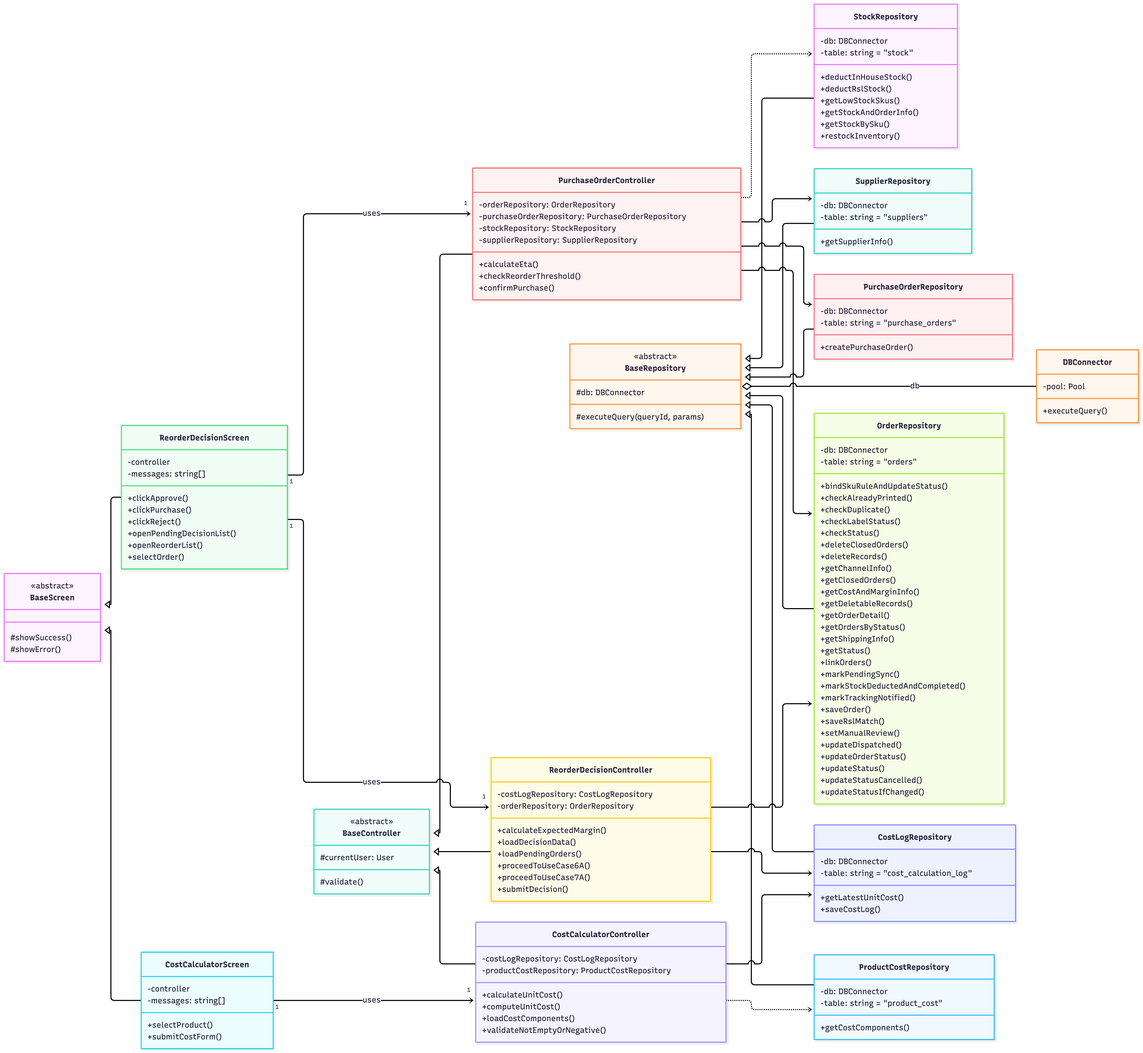
The Mermaid diagram 04-chapter2-diagrams-database/diagrams/png/class-4.png in xbpkdi/321-sa-proj, before a commit. Its source is kept beside it as 04-chapter2-diagrams-database/diagrams/src/class-4.mmd.
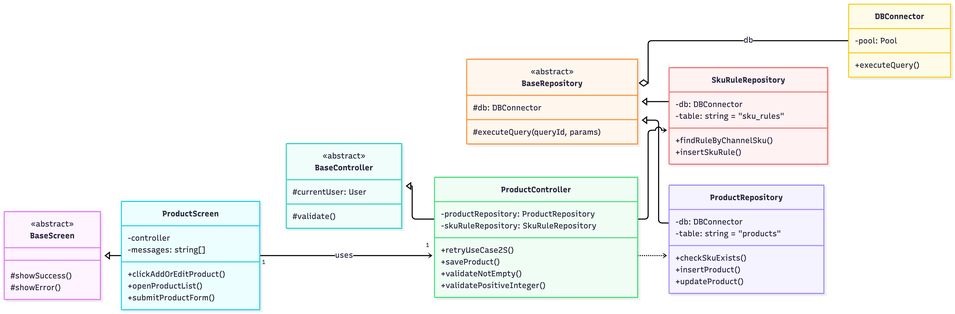
Later version of the same file.

The edit, as a diff of the source:
```diff
@@ -16,135 +16,43 @@
         #db: DBConnector
         #executeQuery(queryId, params)
     }
-    class CostCalculatorScreen {
+    class ProductScreen {
         -controller
         -messages: string[]
-        +selectProduct()
-        +submitCostForm()
+        +clickAddOrEditProduct()
+        +openProductList()
+        +submitProductForm()
     }
-    class ReorderDecisionScreen {
-        -controller
-        -messages: string[]
-        +clickApprove()
-        +clickPurchase()
-        +clickReject()
-        +openPendingDecisionList()
-        +openReorderList()
-        +selectOrder()
+    class ProductController {
+        -productRepository: ProductRepository
+        -skuRuleRepository: SkuRuleRepository
+        +retryUseCase2S()
+        +saveProduct()
+        +validateNotEmpty()
+        +validatePositiveInteger()
     }
-    class CostCalculatorController {
-        -costLogRepository: CostLogRepository
-        -productCostRepository: ProductCostRepository
-        +calculateUnitCost()
-        +computeUnitCost()
-        +loadCostComponents()
-        +validateNotEmptyOrNegative()
+    class ProductRepository {
+        -db: DBConnector
+        -table: string = "products"
+        +checkSkuExists()
+        +insertProduct()
+        +updateProduct()
     }
-    class PurchaseOrderController {
-        -orderRepository: OrderRepository
-        -purchaseOrderRepository: PurchaseOrderRepository
-        -stockRepository: StockRepository
-        -supplierRepository: SupplierRepository
-        +calculateEta()
-        +checkReorderThreshold()
-        +confirmPurchase()
-    }
-    class ReorderDecisionController {
-        -costLogRepository: CostLogRepository
-        -orderRepository: OrderRepository
-        +calculateExpectedMargin()
-        +loadDecisionData()
-        +loadPendingOrders()
-        +proceedToUseCase6A()
-        +proceedToUseCase7A()
-        +submitDecision()
-    }
-    class CostLogRepository {
+    class SkuRuleRepository {
         -db: DBConnector
-        -table: string = "cost_calculation_log"
-        +getLatestUnitCost()
-        +saveCostLog()
-    }
-    class OrderRepository {
-        -db: DBConnector
-        -table: string = "orders"
-        +bindSkuRuleAndUpdateStatus()
-        +checkAlreadyPrinted()
-        +checkDuplicate()
-        +checkLabelStatus()
-        +checkStatus()
-        +deleteClosedOrders()
-        +deleteRecords()
-        +getChannelInfo()
-        +getClosedOrders()
-        +getCostAndMarginInfo()
-        +getDeletableRecords()
-        +getOrderDetail()
-        +getOrdersByStatus()
-        +getShippingInfo()
-        +getStatus()
-        +linkOrders()
-        +markPendingSync()
-        +markStockDeductedAndCompleted()
-        +markTrackingNotified()
-        +saveOrder()
-        +saveRslMatch()
-        +setManualReview()
-        +updateDispatched()
-        +updateOrderStatus()
-        +updateStatus()
-        +updateStatusCancelled()
-        +updateStatusIfChanged()
-    }
-    class ProductCostRepository {
-        -db: DBConnector
-        -table: string = "product_cost"
-        +getCostComponents()
-    }
-    class PurchaseOrderRepository {
-        -db: DBConnector
-        -table: string = "purchase_orders"
-        +createPurchaseOrder()
-    }
-    class StockRepository {
-        -db: DBConnector
-        -table: string = "stock"
-        +deductInHouseStock()
-        +deductRslStock()
-        +getLowStockSkus()
-        +getStockAndOrderInfo()
-        +getStockBySku()
-        +restockInventory()
-    }
-    class SupplierRepository {
-        -db: DBConnector
-        -table: string = "suppliers"
-        +getSupplierInfo()
+        -table: string = "sku_rules"
+        +findRuleByChannelSku()
+        +insertSkuRule()
     }
     class DBConnector {
         -pool: Pool
         +executeQuery()
     }
-    BaseScreen <|-- CostCalculatorScreen
-    BaseScreen <|-- ReorderDecisionScreen
-    BaseController <|-- CostCalculatorController
-    BaseController <|-- PurchaseOrderController
-    BaseController <|-- ReorderDecisionController
-    BaseRepository <|-- CostLogRepository
-    BaseRepository <|-- OrderRepository
-    BaseRepository <|-- ProductCostRepository
-    BaseRepository <|-- PurchaseOrderRepository
-    BaseRepository <|-- StockRepository
-    BaseRepository <|-- SupplierRepository
+    BaseScreen <|-- ProductScreen
+    BaseController <|-- ProductController
+    BaseRepository <|-- ProductRepository
+    BaseRepository <|-- SkuRuleRepository
     BaseRepository o-- DBConnector : db
-    CostCalculatorScreen "1" --> "1" CostCalculatorController : uses
-    ReorderDecisionScreen "1" --> "1" PurchaseOrderController : uses
-    ReorderDecisionScreen "1" --> "1" ReorderDecisionController : uses
-    CostCalculatorController ..> CostLogRepository
-    CostCalculatorController ..> ProductCostRepository
-    PurchaseOrderController ..> OrderRepository
-    PurchaseOrderController ..> PurchaseOrderRepository
-    PurchaseOrderController ..> StockRepository
-    PurchaseOrderController ..> SupplierRepository
-    ReorderDecisionController ..> CostLogRepository
-    ReorderDecisionController ..> OrderRepository
+    ProductScreen "1" --> "1" ProductController : uses
+    ProductController ..> ProductRepository
+    ProductController ..> SkuRuleRepository
```
